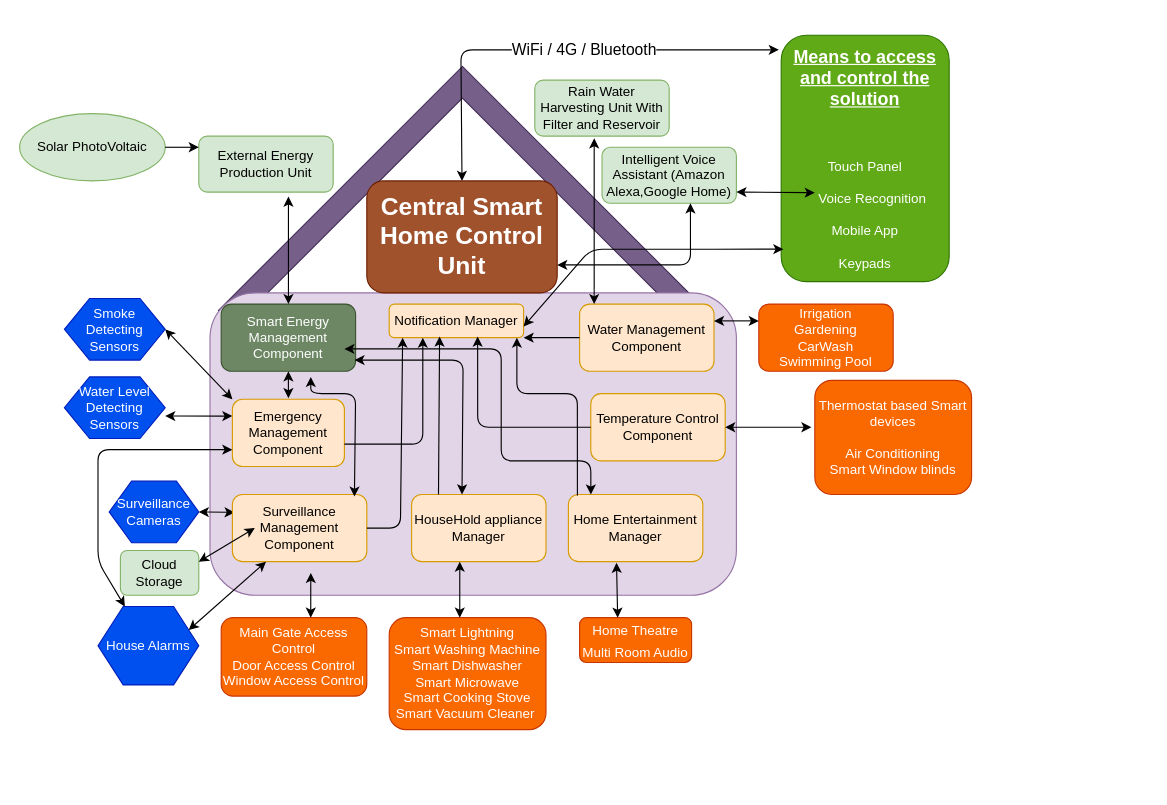
Before: Architecture/xml_to_upload_in_draw_io.drawio in sakibshuvo/SOEN-6481-SRS, a draw.io diagram. Source tidied: cells renumbered, new cells numbered last; positions are measured from the earlier drawing's top-left corner, leaving out a move shared by most shapes. Both pictures are drawn from the tidied source at 112%, with x=0, y=0 at pixel (19, 35).
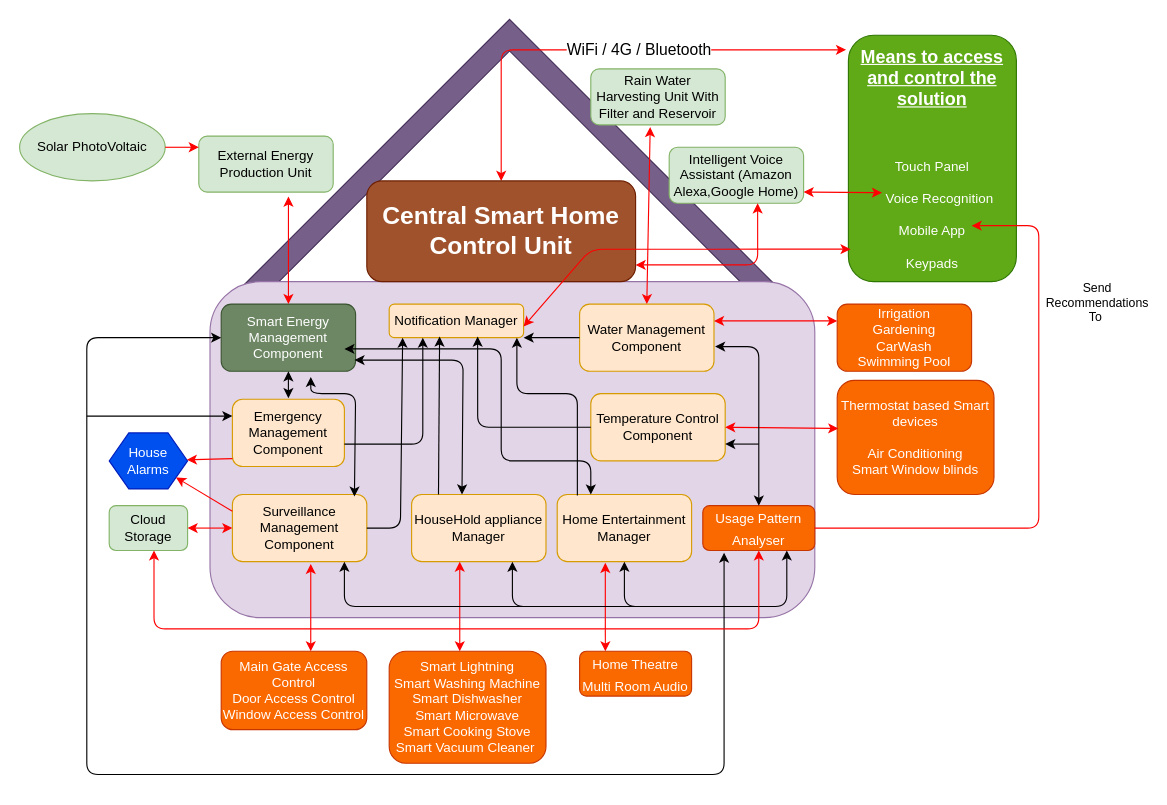
After the change.

Commit message (it also covers changes not shown here):
Block Diagram Updated With Pattern Analyser Component

Unchanged cells that the change refers to:
```xml
<mxCell id="5" value="Smart Energy Management Component" style="rounded=1;whiteSpace=wrap;html=1;fillColor=#6d8764;strokeColor=#3A5431;fontColor=#ffffff;" parent="1" vertex="1">
  <mxGeometry x="180" y="240" width="120" height="60" as="geometry" />
</mxCell>
<mxCell id="6" value="HouseHold appliance Manager" style="rounded=1;whiteSpace=wrap;html=1;fillColor=#ffe6cc;strokeColor=#d79b00;" parent="1" vertex="1">
  <mxGeometry x="350" y="410" width="120" height="60" as="geometry" />
</mxCell>
<mxCell id="7" value="External Energy Production Unit" style="rounded=1;whiteSpace=wrap;html=1;fillColor=#d5e8d4;strokeColor=#82b366;" parent="1" vertex="1">
  <mxGeometry x="160" y="90" width="120" height="50" as="geometry" />
</mxCell>
<mxCell id="23" value="Water Management Component" style="rounded=1;whiteSpace=wrap;html=1;fillColor=#ffe6cc;strokeColor=#d79b00;" parent="1" vertex="1">
  <mxGeometry x="500" y="240" width="120" height="60" as="geometry" />
</mxCell>
<mxCell id="33" value="Temperature Control Component" style="rounded=1;whiteSpace=wrap;html=1;fillColor=#ffe6cc;strokeColor=#d79b00;" parent="1" vertex="1">
  <mxGeometry x="510" y="320" width="120" height="60" as="geometry" />
</mxCell>
<mxCell id="39" value="Surveillance Management&lt;br&gt;Component" style="rounded=1;whiteSpace=wrap;html=1;fillColor=#ffe6cc;strokeColor=#d79b00;" parent="1" vertex="1">
  <mxGeometry x="190" y="410" width="120" height="60" as="geometry" />
</mxCell>
<mxCell id="40" value="Emergency Management Component" style="rounded=1;whiteSpace=wrap;html=1;fillColor=#ffe6cc;strokeColor=#d79b00;" parent="1" vertex="1">
  <mxGeometry x="190" y="325" width="100" height="60" as="geometry" />
</mxCell>
```

What changed in the source:
```diff
@@
     <mxCell id="2" style="shape=corner;whiteSpace=wrap;html=1;rotation=45;fillColor=#76608a;strokeColor=#432D57;fontColor=#ffffff;" parent="1" vertex="1">
-      <mxGeometry x="242" y="90" width="303.4" height="308.1" as="geometry" />
+      <mxGeometry x="256.9" y="54" width="345.4" height="367.7" as="geometry" />
     </mxCell>
     <mxCell id="3" style="rounded=1;whiteSpace=wrap;html=1;fillColor=#e1d5e7;strokeColor=#9673a6;" parent="1" vertex="1">
-      <mxGeometry x="170" y="230" width="470" height="270" as="geometry" />
+      <mxGeometry x="170" y="220" width="540" height="300" as="geometry" />
     </mxCell>
     <mxCell id="4" value="Home Entertainment Manager" style="rounded=1;whiteSpace=wrap;html=1;fillColor=#ffe6cc;strokeColor=#d79b00;" parent="1" vertex="1">
-      <mxGeometry x="490" y="410" width="120" height="60" as="geometry" />
+      <mxGeometry x="480" y="410" width="120" height="60" as="geometry" />
     </mxCell>
@@
     <mxCell id="9" value="Cloud Storage" style="rounded=1;whiteSpace=wrap;html=1;fillColor=#d5e8d4;strokeColor=#82b366;" parent="1" vertex="1">
-      <mxGeometry x="90" y="460" width="70" height="40" as="geometry" />
+      <mxGeometry x="80" y="420" width="70" height="40" as="geometry" />
     </mxCell>
     <mxCell id="10" value="Rain Water Harvesting Unit With Filter and Reservoir" style="rounded=1;whiteSpace=wrap;html=1;fillColor=#d5e8d4;strokeColor=#82b366;" parent="1" vertex="1">
-      <mxGeometry x="460" y="40" width="120" height="50" as="geometry" />
+      <mxGeometry x="510" y="30" width="120" height="50" as="geometry" />
     </mxCell>
-    <mxCell id="11" style="endArrow=classic;startArrow=classic;html=1;entryX=0.667;entryY=1.08;entryDx=0;entryDy=0;entryPerimeter=0;" parent="1" edge="1" source="5" target="7">
+    <mxCell id="11" style="endArrow=classic;startArrow=classic;html=1;entryX=0.667;entryY=1.08;entryDx=0;entryDy=0;entryPerimeter=0;strokeColor=#FF0000;" parent="1" edge="1" source="5" target="7">
       <mxGeometry relative="1" as="geometry" />
     </mxCell>
-    <mxCell id="12" style="endArrow=classic;startArrow=classic;html=1;entryX=1;entryY=0.636;entryDx=0;entryDy=0;exitX=0;exitY=0.25;exitDx=0;exitDy=0;entryPerimeter=0;" parent="1" edge="1" source="40" target="17">
-      <mxGeometry relative="1" as="geometry" />
-    </mxCell>
-    <mxCell id="13" style="endArrow=classic;startArrow=classic;html=1;entryX=1;entryY=0.5;entryDx=0;entryDy=0;exitX=0;exitY=0;exitDx=0;exitDy=0;" parent="1" edge="1" source="40" target="16">
-      <mxGeometry relative="1" as="geometry" />
-    </mxCell>
-    <mxCell id="14" style="endArrow=classic;startArrow=classic;html=1;entryX=1;entryY=0.5;entryDx=0;entryDy=0;" parent="1" edge="1" target="15">
-      <mxGeometry relative="1" as="geometry">
-        <mxPoint x="192" y="426" as="sourcePoint" />
-      </mxGeometry>
-    </mxCell>
-    <mxCell id="15" value="Surveillance Cameras" style="shape=hexagon;perimeter=hexagonPerimeter2;whiteSpace=wrap;html=1;fillColor=#0050ef;strokeColor=#001DBC;fontColor=#ffffff;" parent="1" vertex="1">
-      <mxGeometry x="80" y="398.1" width="80" height="55" as="geometry" />
-    </mxCell>
-    <mxCell id="16" value="Smoke Detecting Sensors" style="shape=hexagon;perimeter=hexagonPerimeter2;whiteSpace=wrap;html=1;fillColor=#0050ef;strokeColor=#001DBC;fontColor=#ffffff;" parent="1" vertex="1">
-      <mxGeometry x="40" y="235" width="90" height="55" as="geometry" />
-    </mxCell>
-    <mxCell id="17" value="Water Level Detecting Sensors" style="shape=hexagon;perimeter=hexagonPerimeter2;whiteSpace=wrap;html=1;fillColor=#0050ef;strokeColor=#001DBC;fontColor=#ffffff;" parent="1" vertex="1">
-      <mxGeometry x="40" y="305" width="90" height="55" as="geometry" />
-    </mxCell>
     <mxCell id="18" value="&lt;u&gt;&lt;b&gt;&lt;font style=&quot;font-size: 16px&quot;&gt;Means to access and control the solution&lt;/font&gt;&lt;/b&gt;&lt;/u&gt;&lt;br&gt;&lt;br&gt;&lt;br&gt;&lt;br&gt;Touch Panel&lt;br&gt;&lt;br&gt;&amp;nbsp; &amp;nbsp; Voice Recognition&lt;br&gt;&lt;br&gt;Mobile App&lt;br&gt;&lt;br&gt;Keypads" style="rounded=1;whiteSpace=wrap;html=1;fillColor=#60a917;strokeColor=#2D7600;fontColor=#ffffff;" parent="1" vertex="1">
-      <mxGeometry x="680" width="150" height="220" as="geometry" />
+      <mxGeometry x="740" width="150" height="220" as="geometry" />
     </mxCell>
-    <mxCell id="19" style="endArrow=classic;startArrow=classic;html=1;entryX=-0.014;entryY=0.059;entryDx=0;entryDy=0;entryPerimeter=0;exitX=0.5;exitY=0;exitDx=0;exitDy=0;" parent="1" edge="1" source="21" target="18">
+    <mxCell id="19" style="endArrow=classic;startArrow=classic;html=1;entryX=-0.014;entryY=0.059;entryDx=0;entryDy=0;entryPerimeter=0;exitX=0.5;exitY=0;exitDx=0;exitDy=0;strokeColor=#FF0000;" parent="1" edge="1" source="21" target="18">
       <mxGeometry relative="1" as="geometry">
         <Array as="points">
-          <mxPoint x="394" y="13" />
+          <mxPoint x="430" y="13" />
           <mxPoint x="490" y="13" />
         </Array>
       </mxGeometry>
     </mxCell>
@@
     <mxCell id="21" value="&lt;b&gt;&lt;font style=&quot;font-size: 22px&quot;&gt;Central Smart Home Control Unit&lt;/font&gt;&lt;/b&gt;" style="rounded=1;whiteSpace=wrap;html=1;fillColor=#a0522d;strokeColor=#6D1F00;fontColor=#ffffff;" parent="1" vertex="1">
-      <mxGeometry x="310" y="130" width="170" height="100" as="geometry" />
+      <mxGeometry x="310" y="130" width="240" height="90" as="geometry" />
     </mxCell>
-    <mxCell id="22" style="endArrow=classic;html=1;" parent="1" edge="1">
+    <mxCell id="22" style="endArrow=classic;html=1;strokeColor=#FF0000;" parent="1" edge="1">
       <mxGeometry relative="1" as="geometry">
         <mxPoint x="130" y="100" as="sourcePoint" />
         <mxPoint x="160" y="100" as="targetPoint" />
       </mxGeometry>
     </mxCell>
@@
     <mxCell id="24" value="Irrigation &lt;br&gt;Gardening&lt;br&gt;CarWash&lt;br&gt;Swimming Pool" style="rounded=1;whiteSpace=wrap;html=1;fillColor=#fa6800;strokeColor=#C73500;fontColor=#ffffff;" parent="1" vertex="1">
-      <mxGeometry x="660" y="240" width="120" height="60" as="geometry" />
+      <mxGeometry x="730" y="240" width="120" height="60" as="geometry" />
     </mxCell>
-    <mxCell id="25" style="endArrow=classic;startArrow=classic;html=1;entryX=0.442;entryY=1.04;entryDx=0;entryDy=0;entryPerimeter=0;" parent="1" edge="1" target="10">
-      <mxGeometry relative="1" as="geometry">
-        <mxPoint x="513" y="240" as="sourcePoint" />
-      </mxGeometry>
+    <mxCell id="25" style="endArrow=classic;startArrow=classic;html=1;entryX=0.442;entryY=1.04;entryDx=0;entryDy=0;entryPerimeter=0;exitX=0.5;exitY=0;exitDx=0;exitDy=0;strokeColor=#FF0000;" parent="1" edge="1" source="23" target="10">
+      <mxGeometry relative="1" as="geometry" />
     </mxCell>
-    <mxCell id="26" style="endArrow=classic;startArrow=classic;html=1;exitX=0;exitY=0.25;exitDx=0;exitDy=0;entryX=1;entryY=0.25;entryDx=0;entryDy=0;" parent="1" edge="1" source="24" target="23">
+    <mxCell id="26" style="endArrow=classic;startArrow=classic;html=1;exitX=0;exitY=0.25;exitDx=0;exitDy=0;entryX=1;entryY=0.25;entryDx=0;entryDy=0;strokeColor=#FF0000;" parent="1" edge="1" source="24" target="23">
       <mxGeometry relative="1" as="geometry" />
     </mxCell>
@@
-    <mxCell id="28" style="endArrow=classic;startArrow=classic;html=1;exitX=0.167;exitY=0;exitDx=0;exitDy=0;exitPerimeter=0;" parent="1" edge="1" source="4">
+    <mxCell id="28" style="endArrow=classic;startArrow=classic;html=1;exitX=0.25;exitY=0;exitDx=0;exitDy=0;" parent="1" edge="1" source="4">
       <mxGeometry relative="1" as="geometry">
         <mxPoint x="290" y="280" as="targetPoint" />
         <Array as="points">
           <mxPoint x="510" y="380" />
           <mxPoint x="430" y="380" />
           <mxPoint x="430" y="280" />
         </Array>
       </mxGeometry>
     </mxCell>
@@
     <mxCell id="30" value="House Alarms" style="shape=hexagon;perimeter=hexagonPerimeter2;whiteSpace=wrap;html=1;fillColor=#0050ef;strokeColor=#001DBC;fontColor=#ffffff;" parent="1" vertex="1">
-      <mxGeometry x="70" y="510" width="90" height="70" as="geometry" />
+      <mxGeometry x="80" y="355" width="70" height="50" as="geometry" />
     </mxCell>
     <mxCell id="31" value="&lt;font style=&quot;font-size: 12px&quot;&gt;Smart Lightning&lt;br&gt;Smart Washing Machine&lt;br&gt;Smart Dishwasher&lt;br&gt;Smart Microwave&lt;br&gt;Smart Cooking Stove&lt;br&gt;Smart Vacuum Cleaner&amp;nbsp;&lt;br&gt;&lt;/font&gt;" style="rounded=1;whiteSpace=wrap;html=1;fillColor=#fa6800;strokeColor=#C73500;fontColor=#ffffff;" parent="1" vertex="1">
-      <mxGeometry x="330" y="520" width="140" height="100" as="geometry" />
+      <mxGeometry x="330" y="550" width="140" height="100" as="geometry" />
     </mxCell>
     <mxCell id="32" value="&lt;span style=&quot;font-size: 16px&quot;&gt;&lt;span style=&quot;font-size: 12px&quot;&gt;Home Theatre&lt;br&gt;Multi Room Audio&lt;br&gt;&lt;/span&gt;&lt;/span&gt;" style="rounded=1;whiteSpace=wrap;html=1;fillColor=#fa6800;strokeColor=#C73500;fontColor=#ffffff;" parent="1" vertex="1">
-      <mxGeometry x="500" y="520" width="100" height="40" as="geometry" />
+      <mxGeometry x="500" y="550" width="100" height="40" as="geometry" />
     </mxCell>
@@
     <mxCell id="34" value="&lt;font style=&quot;font-size: 12px&quot;&gt;Thermostat based Smart devices&lt;br&gt;&lt;br&gt;Air Conditioning&lt;br&gt;Smart Window blinds&lt;br&gt;&lt;/font&gt;" style="rounded=1;whiteSpace=wrap;html=1;fillColor=#fa6800;strokeColor=#C73500;fontColor=#ffffff;" parent="1" vertex="1">
-      <mxGeometry x="710" y="308.1" width="140" height="101.9" as="geometry" />
+      <mxGeometry x="730" y="308.1" width="140" height="101.9" as="geometry" />
     </mxCell>
     <mxCell id="35" value="Intelligent Voice Assistant (Amazon Alexa,Google Home)" style="rounded=1;whiteSpace=wrap;html=1;fillColor=#d5e8d4;strokeColor=#82b366;" parent="1" vertex="1">
-      <mxGeometry x="520" y="100" width="120" height="50" as="geometry" />
+      <mxGeometry x="580" y="100" width="120" height="50" as="geometry" />
     </mxCell>
-    <mxCell id="36" style="endArrow=classic;startArrow=classic;html=1;entryX=0.358;entryY=1.017;entryDx=0;entryDy=0;exitX=0.34;exitY=0;exitDx=0;exitDy=0;entryPerimeter=0;exitPerimeter=0;" parent="1" edge="1" source="32" target="4">
+    <mxCell id="36" style="endArrow=classic;startArrow=classic;html=1;entryX=0.358;entryY=1.017;entryDx=0;entryDy=0;exitX=0.23;exitY=0;exitDx=0;exitDy=0;entryPerimeter=0;exitPerimeter=0;strokeColor=#FF0000;" parent="1" edge="1" source="32" target="4">
       <mxGeometry relative="1" as="geometry" />
     </mxCell>
-    <mxCell id="37" style="endArrow=classic;startArrow=classic;html=1;entryX=1;entryY=0.5;entryDx=0;entryDy=0;" parent="1" edge="1" target="33">
-      <mxGeometry relative="1" as="geometry">
-        <mxPoint x="707" y="350" as="sourcePoint" />
-      </mxGeometry>
+    <mxCell id="37" style="endArrow=classic;startArrow=classic;html=1;entryX=1;entryY=0.5;entryDx=0;entryDy=0;strokeColor=#FF0000;exitX=0.007;exitY=0.421;exitDx=0;exitDy=0;exitPerimeter=0;" parent="1" edge="1" source="34" target="33">
+      <mxGeometry relative="1" as="geometry" />
     </mxCell>
-    <mxCell id="38" style="endArrow=classic;startArrow=classic;html=1;exitX=0.45;exitY=0;exitDx=0;exitDy=0;exitPerimeter=0;" parent="1" edge="1" source="31">
+    <mxCell id="38" style="endArrow=classic;startArrow=classic;html=1;exitX=0.45;exitY=0;exitDx=0;exitDy=0;exitPerimeter=0;strokeColor=#FF0000;" parent="1" edge="1" source="31">
       <mxGeometry relative="1" as="geometry">
         <mxPoint x="393" y="470" as="targetPoint" />
       </mxGeometry>
     </mxCell>
@@
-    <mxCell id="42" style="endArrow=classic;startArrow=classic;html=1;entryX=1;entryY=0.25;entryDx=0;entryDy=0;" parent="1" edge="1" target="9">
+    <mxCell id="42" style="endArrow=classic;startArrow=classic;html=1;entryX=1;entryY=0.5;entryDx=0;entryDy=0;strokeColor=#FF0000;" parent="1" edge="1" target="9">
       <mxGeometry relative="1" as="geometry">
-        <mxPoint x="210" y="440" as="sourcePoint" />
+        <mxPoint x="190" y="440" as="sourcePoint" />
       </mxGeometry>
     </mxCell>
     <mxCell id="43" value="&lt;font style=&quot;font-size: 12px&quot;&gt;Main Gate Access Control&lt;br&gt;Door Access Control&lt;br&gt;Window Access Control&lt;br&gt;&lt;/font&gt;" style="rounded=1;whiteSpace=wrap;html=1;fillColor=#fa6800;strokeColor=#C73500;fontColor=#ffffff;" parent="1" vertex="1">
-      <mxGeometry x="180" y="520" width="130" height="70" as="geometry" />
+      <mxGeometry x="180" y="550" width="130" height="70" as="geometry" />
     </mxCell>
-    <mxCell id="44" style="endArrow=classic;startArrow=classic;html=1;exitX=0.615;exitY=0;exitDx=0;exitDy=0;exitPerimeter=0;" parent="1" edge="1" source="43">
-      <mxGeometry relative="1" as="geometry">
-        <mxPoint x="260" y="480" as="targetPoint" />
-      </mxGeometry>
+    <mxCell id="44" style="endArrow=classic;startArrow=classic;html=1;exitX=0.615;exitY=0;exitDx=0;exitDy=0;exitPerimeter=0;entryX=0.583;entryY=1.033;entryDx=0;entryDy=0;entryPerimeter=0;strokeColor=#FF0000;" parent="1" edge="1" source="43" target="39">
+      <mxGeometry relative="1" as="geometry" />
     </mxCell>
-    <mxCell id="45" style="endArrow=classic;startArrow=classic;html=1;exitX=0.25;exitY=1;exitDx=0;exitDy=0;entryX=1;entryY=0.25;entryDx=0;entryDy=0;" parent="1" edge="1" source="39" target="30">
-      <mxGeometry relative="1" as="geometry" />
-    </mxCell>
-    <mxCell id="46" style="endArrow=classic;startArrow=classic;html=1;exitX=0;exitY=0.75;exitDx=0;exitDy=0;" parent="1" edge="1" source="40" target="30">
-      <mxGeometry relative="1" as="geometry">
-        <Array as="points">
-          <mxPoint x="70" y="370" />
-          <mxPoint x="70" y="470" />
-        </Array>
-      </mxGeometry>
-    </mxCell>
@@
-    <mxCell id="48" style="endArrow=classic;startArrow=classic;html=1;" parent="1" edge="1">
+    <mxCell id="48" style="endArrow=classic;startArrow=classic;html=1;strokeColor=#FF0000;" parent="1" edge="1">
       <mxGeometry relative="1" as="geometry">
-        <mxPoint x="640" y="140" as="sourcePoint" />
-        <mxPoint x="710" y="140.5" as="targetPoint" />
+        <mxPoint x="700" y="140" as="sourcePoint" />
+        <mxPoint x="770" y="140.5" as="targetPoint" />
       </mxGeometry>
     </mxCell>
@@
-    <mxCell id="54" style="endArrow=classic;html=1;exitX=0.067;exitY=0.017;exitDx=0;exitDy=0;exitPerimeter=0;" parent="1" edge="1" source="4">
+    <mxCell id="54" style="endArrow=classic;html=1;" parent="1" edge="1">
       <mxGeometry relative="1" as="geometry">
+        <mxPoint x="498" y="411" as="sourcePoint" />
         <mxPoint x="444" y="270" as="targetPoint" />
         <Array as="points">
           <mxPoint x="498" y="320" />
           <mxPoint x="444" y="320" />
         </Array>
       </mxGeometry>
     </mxCell>
-    <mxCell id="55" style="endArrow=classic;startArrow=classic;html=1;entryX=0.658;entryY=1;entryDx=0;entryDy=0;entryPerimeter=0;" parent="1" edge="1" target="35">
+    <mxCell id="55" style="endArrow=classic;startArrow=classic;html=1;entryX=0.658;entryY=1;entryDx=0;entryDy=0;entryPerimeter=0;strokeColor=#FF0000;" parent="1" edge="1" target="35">
       <mxGeometry relative="1" as="geometry">
-        <mxPoint x="480" y="205" as="sourcePoint" />
+        <mxPoint x="550" y="205" as="sourcePoint" />
         <Array as="points">
-          <mxPoint x="599" y="205" />
+          <mxPoint x="659" y="205" />
         </Array>
       </mxGeometry>
     </mxCell>
-    <mxCell id="56" style="endArrow=classic;startArrow=classic;html=1;entryX=0.013;entryY=0.868;entryDx=0;entryDy=0;entryPerimeter=0;" parent="1" edge="1" target="18">
+    <mxCell id="56" style="endArrow=classic;startArrow=classic;html=1;entryX=0.013;entryY=0.868;entryDx=0;entryDy=0;entryPerimeter=0;strokeColor=#FF0000;" parent="1" edge="1" target="18">
       <mxGeometry relative="1" as="geometry">
         <mxPoint x="450" y="260" as="sourcePoint" />
         <Array as="points">
           <mxPoint x="510" y="191" />
           <mxPoint x="610" y="191" />
         </Array>
       </mxGeometry>
     </mxCell>
+    <mxCell id="57" value="&lt;span style=&quot;font-size: 16px&quot;&gt;&lt;span style=&quot;font-size: 12px&quot;&gt;Usage Pattern Analyser&lt;br&gt;&lt;/span&gt;&lt;/span&gt;" style="rounded=1;whiteSpace=wrap;html=1;fillColor=#fa6800;strokeColor=#C73500;fontColor=#ffffff;" parent="1" vertex="1">
+      <mxGeometry x="610" y="420" width="100" height="40" as="geometry" />
+    </mxCell>
+    <mxCell id="46" style="endArrow=classic;html=1;exitX=0;exitY=0.883;exitDx=0;exitDy=0;exitPerimeter=0;strokeColor=#FF0000;" parent="1" edge="1" source="40" target="30">
+      <mxGeometry relative="1" as="geometry" />
+    </mxCell>
+    <mxCell id="45" style="endArrow=classic;html=1;exitX=0;exitY=0.25;exitDx=0;exitDy=0;strokeColor=#FF0000;" parent="1" edge="1" source="39" target="30">
+      <mxGeometry relative="1" as="geometry" />
+    </mxCell>
+    <mxCell id="58" style="endArrow=classic;startArrow=classic;html=1;exitX=0.19;exitY=1.05;exitDx=0;exitDy=0;exitPerimeter=0;" parent="1" edge="1" source="57">
+      <mxGeometry relative="1" as="geometry">
+        <mxPoint x="180" y="270" as="targetPoint" />
+        <Array as="points">
+          <mxPoint x="629" y="660" />
+          <mxPoint x="60" y="660" />
+          <mxPoint x="60" y="270" />
+        </Array>
+      </mxGeometry>
+    </mxCell>
+    <mxCell id="59" style="endArrow=classic;html=1;entryX=0;entryY=0.25;entryDx=0;entryDy=0;" parent="1" edge="1" target="40">
+      <mxGeometry relative="1" as="geometry">
+        <mxPoint x="60" y="340" as="sourcePoint" />
+      </mxGeometry>
+    </mxCell>
+    <mxCell id="60" style="endArrow=classic;startArrow=classic;html=1;strokeColor=#000000;exitX=0.5;exitY=1;exitDx=0;exitDy=0;entryX=0.75;entryY=1;entryDx=0;entryDy=0;" parent="1" edge="1" source="4" target="57">
+      <mxGeometry relative="1" as="geometry">
+        <Array as="points">
+          <mxPoint x="540" y="510" />
+          <mxPoint x="685" y="510" />
+        </Array>
+      </mxGeometry>
+    </mxCell>
+    <mxCell id="61" style="endArrow=classic;html=1;strokeColor=#000000;entryX=0.75;entryY=1;entryDx=0;entryDy=0;" parent="1" edge="1" target="6">
+      <mxGeometry relative="1" as="geometry">
+        <mxPoint x="560" y="510" as="sourcePoint" />
+        <Array as="points">
+          <mxPoint x="440" y="510" />
+        </Array>
+      </mxGeometry>
+    </mxCell>
+    <mxCell id="62" style="endArrow=classic;html=1;strokeColor=#000000;" parent="1" edge="1">
+      <mxGeometry relative="1" as="geometry">
+        <mxPoint x="450" y="510" as="sourcePoint" />
+        <mxPoint x="290" y="470" as="targetPoint" />
+        <Array as="points">
+          <mxPoint x="290" y="510" />
+        </Array>
+      </mxGeometry>
+    </mxCell>
+    <mxCell id="63" style="endArrow=classic;html=1;strokeColor=#000000;entryX=1;entryY=0.75;entryDx=0;entryDy=0;" parent="1" edge="1" target="33">
+      <mxGeometry relative="1" as="geometry">
+        <mxPoint x="660" y="365" as="sourcePoint" />
+      </mxGeometry>
+    </mxCell>
+    <mxCell id="64" style="endArrow=classic;html=1;strokeColor=#FF0000;exitX=1;exitY=0.5;exitDx=0;exitDy=0;" parent="1" edge="1" source="57">
+      <mxGeometry relative="1" as="geometry">
+        <mxPoint x="850" y="170" as="targetPoint" />
+        <Array as="points">
+          <mxPoint x="910" y="440" />
+          <mxPoint x="910" y="170" />
+        </Array>
+      </mxGeometry>
+    </mxCell>
+    <mxCell id="65" value="Send&lt;br&gt;Recommendations&lt;br&gt;To&amp;nbsp;" style="edgeLabel;html=1;align=center;verticalAlign=middle;" parent="64" vertex="1">
+      <mxGeometry x="-0.25" y="52" relative="1" as="geometry">
+        <mxPoint x="52" y="-150" as="offset" />
+      </mxGeometry>
+    </mxCell>
+    <mxCell id="66" style="endArrow=classic;startArrow=classic;html=1;strokeColor=#FF0000;exitX=0.5;exitY=1;exitDx=0;exitDy=0;" parent="1" edge="1" source="57">
+      <mxGeometry relative="1" as="geometry">
+        <mxPoint x="120" y="460" as="targetPoint" />
+        <Array as="points">
+          <mxPoint x="660" y="530" />
+          <mxPoint x="120" y="530" />
+        </Array>
+      </mxGeometry>
+    </mxCell>
+    <mxCell id="67" style="endArrow=classic;startArrow=classic;html=1;strokeColor=#000000;entryX=1.008;entryY=0.633;entryDx=0;entryDy=0;entryPerimeter=0;" parent="1" edge="1" target="23">
+      <mxGeometry relative="1" as="geometry">
+        <mxPoint x="660" y="420" as="sourcePoint" />
+        <Array as="points">
+          <mxPoint x="660" y="278" />
+        </Array>
+      </mxGeometry>
+    </mxCell>
```
